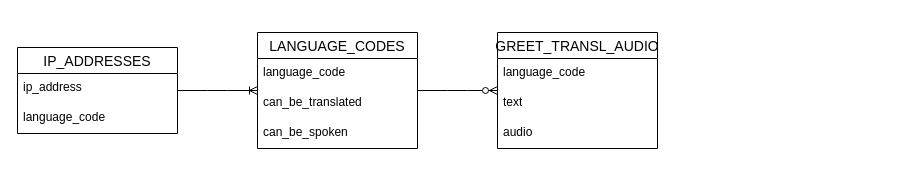
LucaBalduzziNI/nimbus-intelligence-coh2-python-project keeps this draw.io diagram as page "logical_design" (2 of 3) of documentation/ERD.drawio. Above is the earlier version. Source tidied: cells renumbered, new cells numbered last; positions are measured from the earlier drawing's top-left corner, leaving out a move shared by most shapes. Both pictures are drawn from the tidied source at 100%, with x=0, y=0 at pixel (17, 32).
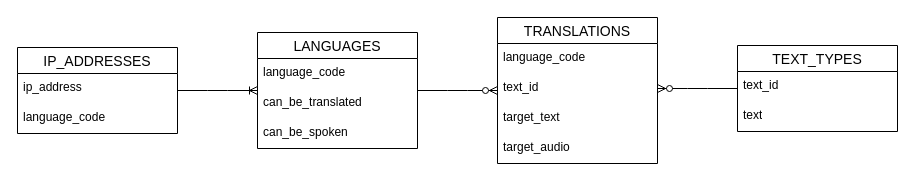
The same page after the edit.

Commit message (it also covers changes not shown here):
Updated ERD with text types

Change to the diagram source:
```diff
@@
 <mxGraphModel>
   <root>
     <mxCell id="0" />
     <mxCell id="1" parent="0" />
     <mxCell id="2" value="IP_ADDRESSES" style="swimlane;fontStyle=0;horizontal=1;startSize=26;align=center;fontSize=14;" parent="1" vertex="1">
       <mxGeometry y="15" width="160" height="86" as="geometry" />
     </mxCell>
     <mxCell id="3" value="ip_address" style="text;strokeColor=none;fillColor=none;spacingLeft=4;spacingRight=4;overflow=hidden;fontSize=12;whiteSpace=wrap;html=1;" parent="2" vertex="1">
       <mxGeometry y="26" width="160" height="30" as="geometry" />
     </mxCell>
     <mxCell id="4" value="language_code" style="text;strokeColor=none;fillColor=none;spacingLeft=4;spacingRight=4;overflow=hidden;fontSize=12;whiteSpace=wrap;html=1;" parent="2" vertex="1">
       <mxGeometry y="56" width="160" height="30" as="geometry" />
     </mxCell>
-    <mxCell id="5" value="LANGUAGE_CODES" style="swimlane;fontStyle=0;horizontal=1;startSize=26;align=center;fontSize=14;" parent="1" vertex="1">
+    <mxCell id="5" value="LANGUAGES" style="swimlane;fontStyle=0;horizontal=1;startSize=26;align=center;fontSize=14;" parent="1" vertex="1">
       <mxGeometry x="240" width="160" height="116" as="geometry" />
     </mxCell>
     <mxCell id="6" value="language_code" style="text;strokeColor=none;fillColor=none;spacingLeft=4;spacingRight=4;overflow=hidden;fontSize=12;whiteSpace=wrap;html=1;" parent="5" vertex="1">
       <mxGeometry y="26" width="160" height="30" as="geometry" />
     </mxCell>
     <mxCell id="7" value="can_be_translated" style="text;strokeColor=none;fillColor=none;spacingLeft=4;spacingRight=4;overflow=hidden;fontSize=12;whiteSpace=wrap;html=1;" parent="5" vertex="1">
       <mxGeometry y="56" width="160" height="30" as="geometry" />
     </mxCell>
     <mxCell id="8" value="can_be_spoken" style="text;strokeColor=none;fillColor=none;spacingLeft=4;spacingRight=4;overflow=hidden;fontSize=12;whiteSpace=wrap;html=1;" parent="5" vertex="1">
       <mxGeometry y="86" width="160" height="30" as="geometry" />
     </mxCell>
-    <mxCell id="9" value="GREET_TRANSL_AUDIO" style="swimlane;fontStyle=0;horizontal=1;startSize=26;align=center;fontSize=14;" parent="1" vertex="1">
-      <mxGeometry x="480" width="160" height="116" as="geometry" />
+    <mxCell id="9" value="TRANSLATIONS" style="swimlane;fontStyle=0;horizontal=1;startSize=26;align=center;fontSize=14;" parent="1" vertex="1">
+      <mxGeometry x="480" y="-15" width="160" height="146" as="geometry" />
     </mxCell>
     <mxCell id="10" value="language_code" style="text;strokeColor=none;fillColor=none;spacingLeft=4;spacingRight=4;overflow=hidden;fontSize=12;whiteSpace=wrap;html=1;" parent="9" vertex="1">
       <mxGeometry y="26" width="160" height="30" as="geometry" />
     </mxCell>
-    <mxCell id="11" value="text" style="text;strokeColor=none;fillColor=none;spacingLeft=4;spacingRight=4;overflow=hidden;fontSize=12;whiteSpace=wrap;html=1;" parent="9" vertex="1">
-      <mxGeometry y="56" width="160" height="30" as="geometry" />
-    </mxCell>
+    <mxCell id="15" value="text_id" style="text;strokeColor=none;fillColor=none;spacingLeft=4;spacingRight=4;overflow=hidden;points=[[0,0.5],[1,0.5]];portConstraint=eastwest;fontSize=12;whiteSpace=wrap;html=1;" parent="9" vertex="1">
+      <mxGeometry y="56" width="160" height="30" as="geometry" />
+    </mxCell>
+    <mxCell id="16" value="target_text" style="text;strokeColor=none;fillColor=none;spacingLeft=4;spacingRight=4;overflow=hidden;fontSize=12;whiteSpace=wrap;html=1;" parent="9" vertex="1">
+      <mxGeometry y="86" width="160" height="30" as="geometry" />
+    </mxCell>
-    <mxCell id="12" value="audio" style="text;strokeColor=none;fillColor=none;spacingLeft=4;spacingRight=4;overflow=hidden;fontSize=12;whiteSpace=wrap;html=1;" parent="9" vertex="1">
-      <mxGeometry y="86" width="160" height="30" as="geometry" />
+    <mxCell id="12" value="target_audio" style="text;strokeColor=none;fillColor=none;spacingLeft=4;spacingRight=4;overflow=hidden;fontSize=12;whiteSpace=wrap;html=1;" parent="9" vertex="1">
+      <mxGeometry y="116" width="160" height="30" as="geometry" />
     </mxCell>
     <mxCell id="13" style="edgeStyle=entityRelationEdgeStyle;fontSize=12;html=1;endArrow=ERoneToMany;rounded=0;" parent="1" edge="1" source="2" target="5">
       <mxGeometry relative="1" as="geometry" />
     </mxCell>
     <mxCell id="14" style="edgeStyle=entityRelationEdgeStyle;fontSize=12;html=1;endArrow=ERzeroToMany;endFill=1;rounded=0;" parent="1" edge="1" source="5" target="9">
       <mxGeometry relative="1" as="geometry" />
     </mxCell>
+    <mxCell id="17" value="TEXT_TYPES" style="swimlane;fontStyle=0;horizontal=1;startSize=26;align=center;fontSize=14;" parent="1" vertex="1">
+      <mxGeometry x="720" y="13" width="160" height="86" as="geometry" />
+    </mxCell>
+    <mxCell id="18" value="text_id" style="text;strokeColor=none;fillColor=none;spacingLeft=4;spacingRight=4;overflow=hidden;fontSize=12;whiteSpace=wrap;html=1;" parent="17" vertex="1">
+      <mxGeometry y="26" width="160" height="30" as="geometry" />
+    </mxCell>
+    <mxCell id="11" value="text" style="text;strokeColor=none;fillColor=none;spacingLeft=4;spacingRight=4;overflow=hidden;fontSize=12;whiteSpace=wrap;html=1;" parent="17" vertex="1">
+      <mxGeometry y="56" width="160" height="30" as="geometry" />
+    </mxCell>
+    <mxCell id="19" style="edgeStyle=entityRelationEdgeStyle;fontSize=12;html=1;endArrow=ERzeroToMany;endFill=1;rounded=0;" parent="1" edge="1" source="17" target="15">
+      <mxGeometry relative="1" as="geometry" />
+    </mxCell>
   </root>
 </mxGraphModel>
```
